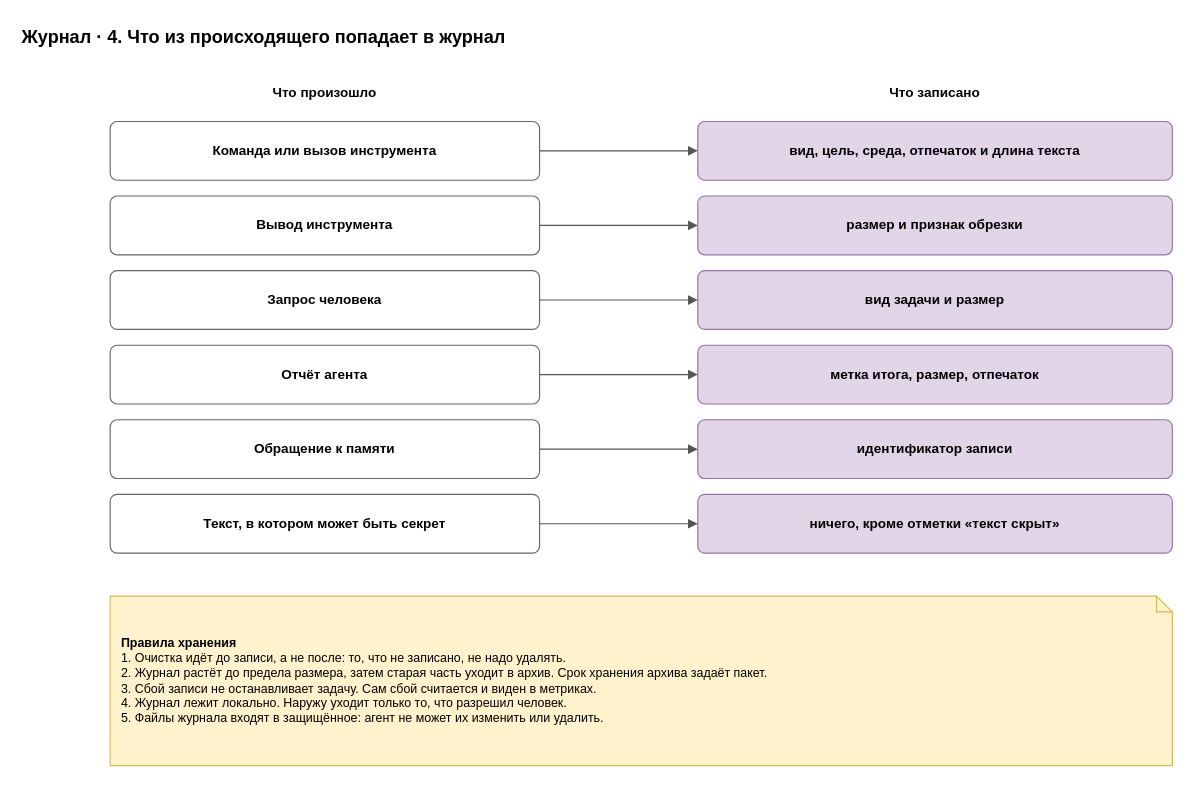
This is page "4. Гигиена" (4 of 6) of docs/spec/harness-journal.drawio from roygkov/reins, a draw.io file, before an edit. Source tidied: cells renumbered, new cells numbered last; positions are measured from the earlier drawing's top-left corner, leaving out a move shared by most shapes. Both pictures are drawn from the tidied source at 113%, with x=0, y=0 at pixel (19, 19).
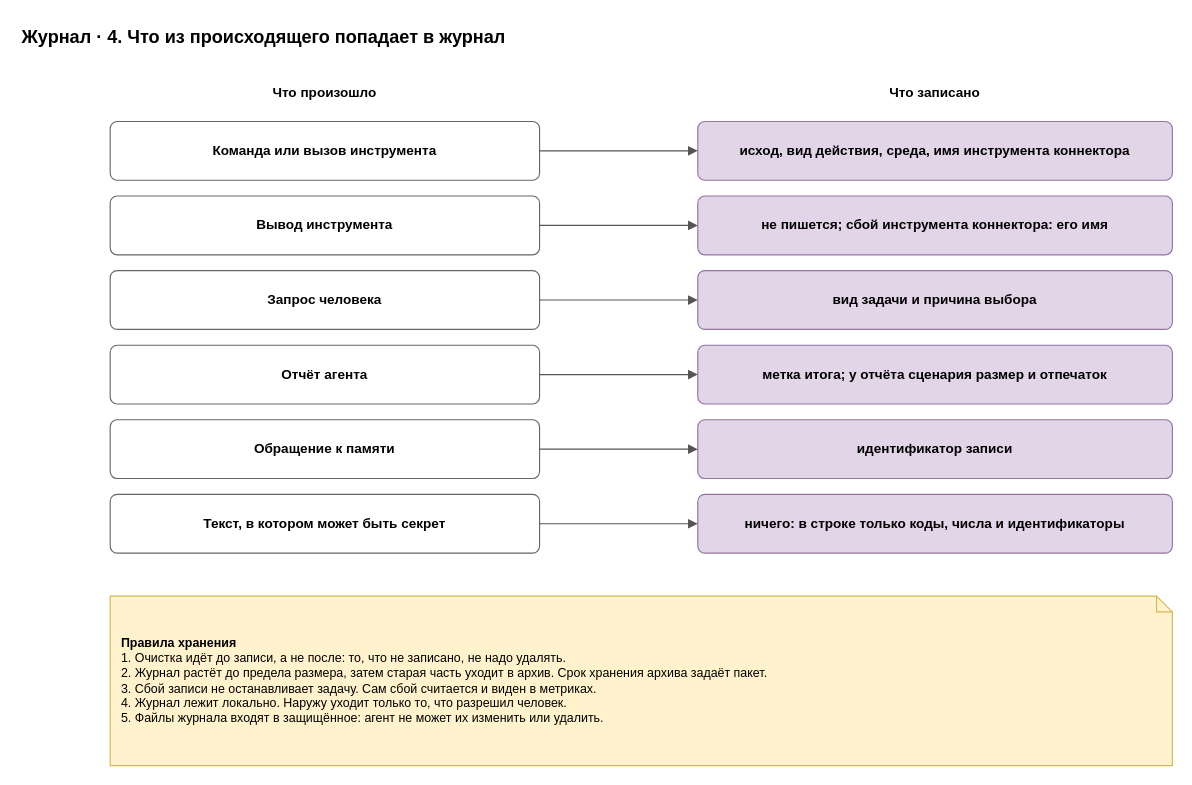
Above is the later version.

The edit, as a diff of the source:
```diff
@@
-    <mxCell id="6" value="&lt;b&gt;вид, цель, среда, отпечаток и длина текста&lt;/b&gt;" style="rounded=1;whiteSpace=wrap;html=1;fillColor=#e1d5e7;strokeColor=#9673a6;arcSize=12;" parent="1" vertex="1">
+    <mxCell id="6" value="&lt;b&gt;исход, вид действия, среда, имя инструмента коннектора&lt;/b&gt;" style="rounded=1;whiteSpace=wrap;html=1;fillColor=#e1d5e7;strokeColor=#9673a6;arcSize=12;" parent="1" vertex="1">
       <mxGeometry x="600" y="90" width="420" height="52" as="geometry" />
     </mxCell>
@@
-    <mxCell id="9" value="&lt;b&gt;размер и признак обрезки&lt;/b&gt;" style="rounded=1;whiteSpace=wrap;html=1;fillColor=#e1d5e7;strokeColor=#9673a6;arcSize=12;" parent="1" vertex="1">
+    <mxCell id="9" value="&lt;b&gt;не пишется; сбой инструмента коннектора: его имя&lt;/b&gt;" style="rounded=1;whiteSpace=wrap;html=1;fillColor=#e1d5e7;strokeColor=#9673a6;arcSize=12;" parent="1" vertex="1">
       <mxGeometry x="600" y="156" width="420" height="52" as="geometry" />
     </mxCell>
@@
-    <mxCell id="12" value="&lt;b&gt;вид задачи и размер&lt;/b&gt;" style="rounded=1;whiteSpace=wrap;html=1;fillColor=#e1d5e7;strokeColor=#9673a6;arcSize=12;" parent="1" vertex="1">
+    <mxCell id="12" value="&lt;b&gt;вид задачи и причина выбора&lt;/b&gt;" style="rounded=1;whiteSpace=wrap;html=1;fillColor=#e1d5e7;strokeColor=#9673a6;arcSize=12;" parent="1" vertex="1">
       <mxGeometry x="600" y="222" width="420" height="52" as="geometry" />
     </mxCell>
@@
-    <mxCell id="15" value="&lt;b&gt;метка итога, размер, отпечаток&lt;/b&gt;" style="rounded=1;whiteSpace=wrap;html=1;fillColor=#e1d5e7;strokeColor=#9673a6;arcSize=12;" parent="1" vertex="1">
+    <mxCell id="15" value="&lt;b&gt;метка итога; у отчёта сценария размер и отпечаток&lt;/b&gt;" style="rounded=1;whiteSpace=wrap;html=1;fillColor=#e1d5e7;strokeColor=#9673a6;arcSize=12;" parent="1" vertex="1">
       <mxGeometry x="600" y="288" width="420" height="52" as="geometry" />
     </mxCell>
@@
-    <mxCell id="21" value="&lt;b&gt;ничего, кроме отметки «текст скрыт»&lt;/b&gt;" style="rounded=1;whiteSpace=wrap;html=1;fillColor=#e1d5e7;strokeColor=#9673a6;arcSize=12;" parent="1" vertex="1">
+    <mxCell id="21" value="&lt;b&gt;ничего: в строке только коды, числа и идентификаторы&lt;/b&gt;" style="rounded=1;whiteSpace=wrap;html=1;fillColor=#e1d5e7;strokeColor=#9673a6;arcSize=12;" parent="1" vertex="1">
       <mxGeometry x="600" y="420" width="420" height="52" as="geometry" />
     </mxCell>
```
